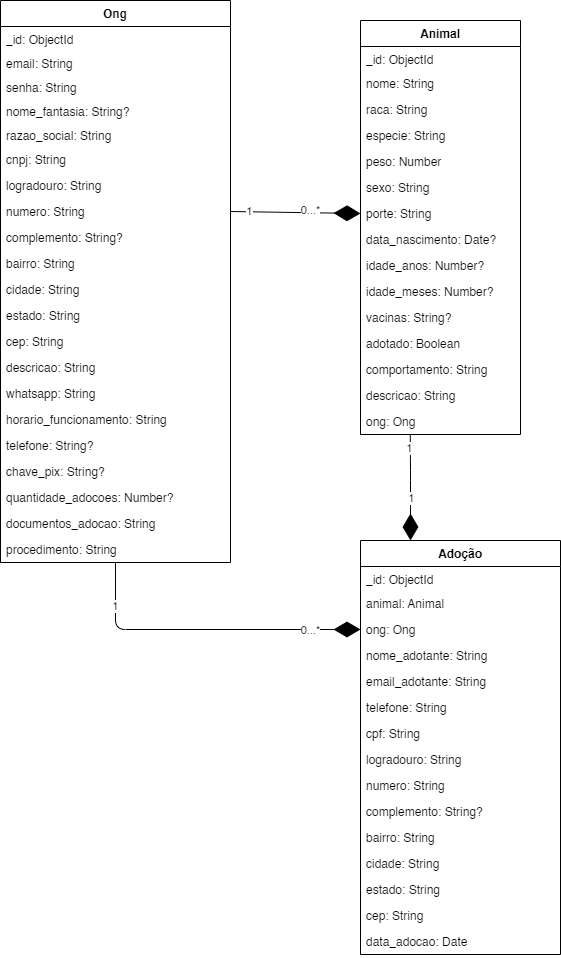
Earlier version of the draw.io export docs/noAM.png (FatecFranca/DSM-G06-PI3-2024-2). Source tidied: cells renumbered, new cells last; positions are measured from the earlier drawing's top-left corner, leaving out a move shared by most shapes.
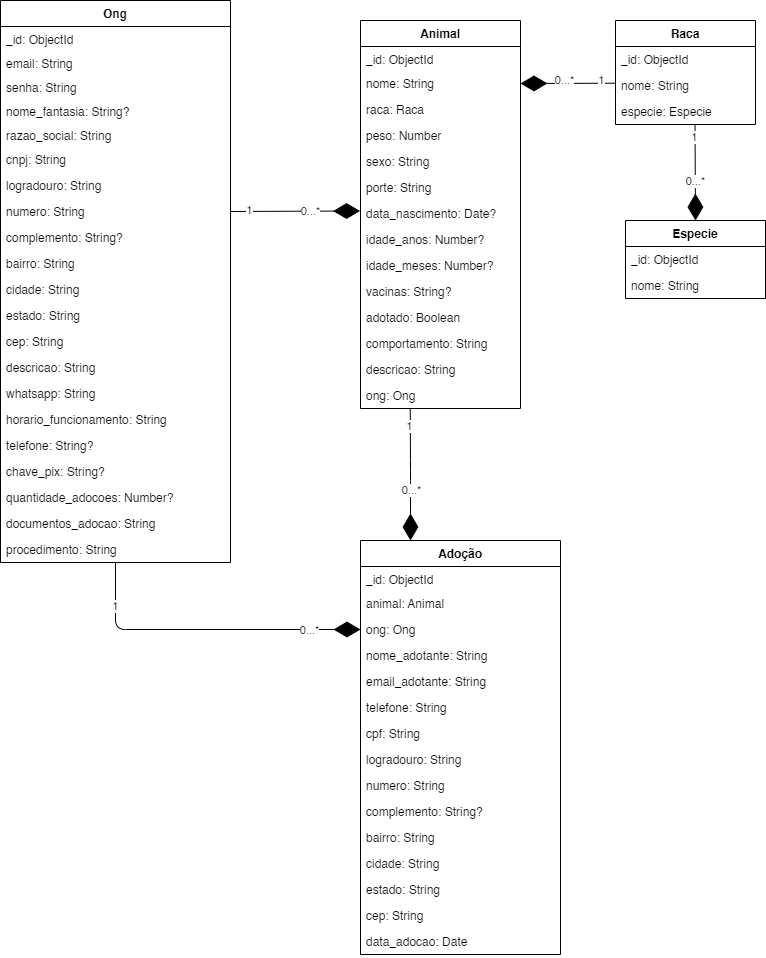
Above is the later version.

The edit, as a diff of the source:
```diff
@@ -69,7 +69,7 @@
       <mxGeometry y="536" width="230" height="26" as="geometry" />
     </mxCell>
     <mxCell id="24" value="Animal" style="swimlane;fontStyle=1;align=center;verticalAlign=top;horizontal=1;startSize=26;" parent="1" vertex="1">
-      <mxGeometry x="360" y="20" width="160" height="414" as="geometry" />
+      <mxGeometry x="360" y="20" width="160" height="388" as="geometry" />
     </mxCell>
     <mxCell id="25" value="_id: ObjectId" style="text;strokeColor=none;fillColor=none;align=left;verticalAlign=top;spacingLeft=4;spacingRight=4;overflow=hidden;" parent="24" vertex="1">
       <mxGeometry y="26" width="160" height="24" as="geometry" />
@@ -77,44 +77,41 @@
     <mxCell id="26" value="nome: String" style="text;strokeColor=none;fillColor=none;align=left;verticalAlign=top;spacingLeft=4;spacingRight=4;overflow=hidden;points=[[0,0.5],[1,0.5]];portConstraint=eastwest;" parent="24" vertex="1">
       <mxGeometry y="50" width="160" height="26" as="geometry" />
     </mxCell>
-    <mxCell id="27" value="raca: String" style="text;strokeColor=none;fillColor=none;align=left;verticalAlign=top;spacingLeft=4;spacingRight=4;overflow=hidden;" parent="24" vertex="1">
+    <mxCell id="27" value="raca: Raca" style="text;strokeColor=none;fillColor=none;align=left;verticalAlign=top;spacingLeft=4;spacingRight=4;overflow=hidden;" parent="24" vertex="1">
       <mxGeometry y="76" width="160" height="26" as="geometry" />
     </mxCell>
-    <mxCell id="28" value="especie: String" style="text;strokeColor=none;fillColor=none;align=left;verticalAlign=top;spacingLeft=4;spacingRight=4;overflow=hidden;" parent="24" vertex="1">
-      <mxGeometry y="102" width="160" height="26" as="geometry" />
-    </mxCell>
     <mxCell id="29" value="peso: Number" style="text;strokeColor=none;fillColor=none;align=left;verticalAlign=top;spacingLeft=4;spacingRight=4;overflow=hidden;" parent="24" vertex="1">
-      <mxGeometry y="128" width="160" height="26" as="geometry" />
+      <mxGeometry y="102" width="160" height="26" as="geometry" />
     </mxCell>
     <mxCell id="30" value="sexo: String" style="text;strokeColor=none;fillColor=none;align=left;verticalAlign=top;spacingLeft=4;spacingRight=4;overflow=hidden;" parent="24" vertex="1">
-      <mxGeometry y="154" width="160" height="26" as="geometry" />
+      <mxGeometry y="128" width="160" height="26" as="geometry" />
     </mxCell>
     <mxCell id="31" value="porte: String" style="text;strokeColor=none;fillColor=none;align=left;verticalAlign=top;spacingLeft=4;spacingRight=4;overflow=hidden;points=[[0,0.5],[1,0.5]];portConstraint=eastwest;" parent="24" vertex="1">
-      <mxGeometry y="180" width="160" height="26" as="geometry" />
+      <mxGeometry y="154" width="160" height="26" as="geometry" />
     </mxCell>
     <mxCell id="32" value="data_nascimento: Date?" style="text;strokeColor=none;fillColor=none;align=left;verticalAlign=top;spacingLeft=4;spacingRight=4;overflow=hidden;points=[[0,0.5],[1,0.5]];portConstraint=eastwest;" parent="24" vertex="1">
-      <mxGeometry y="206" width="160" height="26" as="geometry" />
+      <mxGeometry y="180" width="160" height="26" as="geometry" />
     </mxCell>
     <mxCell id="33" value="idade_anos: Number?" style="text;strokeColor=none;fillColor=none;align=left;verticalAlign=top;spacingLeft=4;spacingRight=4;overflow=hidden;" parent="24" vertex="1">
-      <mxGeometry y="232" width="160" height="26" as="geometry" />
+      <mxGeometry y="206" width="160" height="26" as="geometry" />
     </mxCell>
     <mxCell id="34" value="idade_meses: Number?" style="text;strokeColor=none;fillColor=none;align=left;verticalAlign=top;spacingLeft=4;spacingRight=4;overflow=hidden;" parent="24" vertex="1">
-      <mxGeometry y="258" width="160" height="26" as="geometry" />
+      <mxGeometry y="232" width="160" height="26" as="geometry" />
     </mxCell>
     <mxCell id="35" value="vacinas: String?" style="text;strokeColor=none;fillColor=none;align=left;verticalAlign=top;spacingLeft=4;spacingRight=4;overflow=hidden;" parent="24" vertex="1">
-      <mxGeometry y="284" width="160" height="26" as="geometry" />
+      <mxGeometry y="258" width="160" height="26" as="geometry" />
     </mxCell>
     <mxCell id="36" value="adotado: Boolean" style="text;strokeColor=none;fillColor=none;align=left;verticalAlign=top;spacingLeft=4;spacingRight=4;overflow=hidden;" parent="24" vertex="1">
-      <mxGeometry y="310" width="160" height="26" as="geometry" />
+      <mxGeometry y="284" width="160" height="26" as="geometry" />
     </mxCell>
     <mxCell id="37" value="comportamento: String" style="text;strokeColor=none;fillColor=none;align=left;verticalAlign=top;spacingLeft=4;spacingRight=4;overflow=hidden;" parent="24" vertex="1">
-      <mxGeometry y="336" width="160" height="26" as="geometry" />
+      <mxGeometry y="310" width="160" height="26" as="geometry" />
     </mxCell>
     <mxCell id="38" value="descricao: String" style="text;strokeColor=none;fillColor=none;align=left;verticalAlign=top;spacingLeft=4;spacingRight=4;overflow=hidden;" parent="24" vertex="1">
-      <mxGeometry y="362" width="160" height="26" as="geometry" />
+      <mxGeometry y="336" width="160" height="26" as="geometry" />
     </mxCell>
     <mxCell id="39" value="ong: Ong" style="text;strokeColor=none;fillColor=none;align=left;verticalAlign=top;spacingLeft=4;spacingRight=4;overflow=hidden;points=[[0,0.5],[1,0.5]];portConstraint=eastwest;" parent="24" vertex="1">
-      <mxGeometry y="388" width="160" height="26" as="geometry" />
+      <mxGeometry y="362" width="160" height="26" as="geometry" />
     </mxCell>
     <mxCell id="40" value="Adoção" style="swimlane;fontStyle=1;align=center;verticalAlign=top;horizontal=1;startSize=26;" parent="1" vertex="1">
       <mxGeometry x="360" y="540" width="200" height="414" as="geometry" />
@@ -164,12 +161,12 @@
     <mxCell id="55" value="data_adocao: Date" style="text;strokeColor=none;fillColor=none;align=left;verticalAlign=top;spacingLeft=4;spacingRight=4;overflow=hidden;" parent="40" vertex="1">
       <mxGeometry y="388" width="200" height="26" as="geometry" />
     </mxCell>
-    <mxCell id="56" style="endArrow=diamondThin;endFill=1;endSize=24;html=1;entryX=0;entryY=0.5;entryDx=0;entryDy=0;exitX=1;exitY=0.5;exitDx=0;exitDy=0;" parent="1" edge="1" source="10" target="31">
+    <mxCell id="56" style="endArrow=diamondThin;endFill=1;endSize=24;html=1;entryX=-0.003;entryY=0.403;entryDx=0;entryDy=0;exitX=1;exitY=0.5;exitDx=0;exitDy=0;entryPerimeter=0;" parent="1" edge="1" source="10" target="32">
       <mxGeometry relative="1" as="geometry" />
     </mxCell>
     <mxCell id="57" value="0...*" style="edgeLabel;html=1;align=center;verticalAlign=middle;" parent="56" vertex="1">
       <mxGeometry x="0.4" relative="1" as="geometry">
-        <mxPoint x="-11" y="-3" as="offset" />
+        <mxPoint x="-11" as="offset" />
       </mxGeometry>
     </mxCell>
     <mxCell id="58" value="1" style="edgeLabel;html=1;align=center;verticalAlign=middle;" parent="56" vertex="1">
@@ -201,7 +198,7 @@
         </Array>
       </mxGeometry>
     </mxCell>
-    <mxCell id="63" value="1" style="edgeLabel;html=1;align=center;verticalAlign=middle;" parent="62" vertex="1">
+    <mxCell id="63" value="0...*" style="edgeLabel;html=1;align=center;verticalAlign=middle;" parent="62" vertex="1">
       <mxGeometry x="0.4" relative="1" as="geometry">
         <mxPoint y="-11" as="offset" />
       </mxGeometry>
@@ -211,5 +208,52 @@
         <mxPoint y="-2" as="offset" />
       </mxGeometry>
     </mxCell>
+    <mxCell id="65" value="Raca" style="swimlane;fontStyle=1;horizontal=1;startSize=26;fillColor=none;" parent="1" vertex="1">
+      <mxGeometry x="615" y="20" width="140" height="104" as="geometry" />
+    </mxCell>
+    <mxCell id="66" value="_id: ObjectId" style="text;strokeColor=none;fillColor=none;align=left;verticalAlign=top;spacingLeft=4;spacingRight=4;overflow=hidden;" parent="65" vertex="1">
+      <mxGeometry y="26" width="140" height="26" as="geometry" />
+    </mxCell>
+    <mxCell id="67" value="nome: String" style="text;strokeColor=none;fillColor=none;align=left;verticalAlign=top;spacingLeft=4;spacingRight=4;overflow=hidden;points=[[0,0.5],[1,0.5]];portConstraint=eastwest;" parent="65" vertex="1">
+      <mxGeometry y="52" width="140" height="26" as="geometry" />
+    </mxCell>
+    <mxCell id="68" value="especie: Especie" style="text;strokeColor=none;fillColor=none;align=left;verticalAlign=top;spacingLeft=4;spacingRight=4;overflow=hidden;points=[[0,0.5],[1,0.5]];portConstraint=eastwest;" parent="65" vertex="1">
+      <mxGeometry y="78" width="140" height="26" as="geometry" />
+    </mxCell>
+    <mxCell id="69" value="Especie" style="swimlane;fontStyle=1;horizontal=1;startSize=26;fillColor=none;" parent="1" vertex="1">
+      <mxGeometry x="625" y="220" width="140" height="78" as="geometry" />
+    </mxCell>
+    <mxCell id="70" value="_id: ObjectId" style="text;strokeColor=none;fillColor=none;align=left;verticalAlign=top;spacingLeft=4;spacingRight=4;overflow=hidden;" parent="69" vertex="1">
+      <mxGeometry y="26" width="140" height="26" as="geometry" />
+    </mxCell>
+    <mxCell id="71" value="nome: String" style="text;strokeColor=none;fillColor=none;align=left;verticalAlign=top;spacingLeft=4;spacingRight=4;overflow=hidden;" parent="69" vertex="1">
+      <mxGeometry y="52" width="140" height="26" as="geometry" />
+    </mxCell>
+    <mxCell id="72" style="endArrow=diamondThin;endFill=1;endSize=24;html=1;entryX=1;entryY=0.5;entryDx=0;entryDy=0;exitX=-0.003;exitY=0.412;exitDx=0;exitDy=0;exitPerimeter=0;" parent="1" edge="1" source="67" target="26">
+      <mxGeometry relative="1" as="geometry" />
+    </mxCell>
+    <mxCell id="73" value="0...*" style="edgeLabel;html=1;align=center;verticalAlign=middle;" parent="72" vertex="1">
+      <mxGeometry x="0.4" relative="1" as="geometry">
+        <mxPoint x="15" y="-3" as="offset" />
+      </mxGeometry>
+    </mxCell>
+    <mxCell id="74" value="1" style="edgeLabel;html=1;align=center;verticalAlign=middle;" parent="72" vertex="1">
+      <mxGeometry x="-0.71" y="-1" relative="1" as="geometry">
+        <mxPoint y="-2" as="offset" />
+      </mxGeometry>
+    </mxCell>
+    <mxCell id="75" style="endArrow=diamondThin;endFill=1;endSize=24;html=1;entryX=0.5;entryY=0;entryDx=0;entryDy=0;exitX=0.568;exitY=1.011;exitDx=0;exitDy=0;exitPerimeter=0;" parent="1" edge="1" source="68" target="69">
+      <mxGeometry relative="1" as="geometry" />
+    </mxCell>
+    <mxCell id="76" value="0...*" style="edgeLabel;html=1;align=center;verticalAlign=middle;" parent="75" vertex="1">
+      <mxGeometry x="0.4" relative="1" as="geometry">
+        <mxPoint y="-11" as="offset" />
+      </mxGeometry>
+    </mxCell>
+    <mxCell id="77" value="1" style="edgeLabel;html=1;align=center;verticalAlign=middle;" parent="75" vertex="1">
+      <mxGeometry x="-0.71" y="-1" relative="1" as="geometry">
+        <mxPoint y="-2" as="offset" />
+      </mxGeometry>
+    </mxCell>
   </root>
 </mxGraphModel>
```
